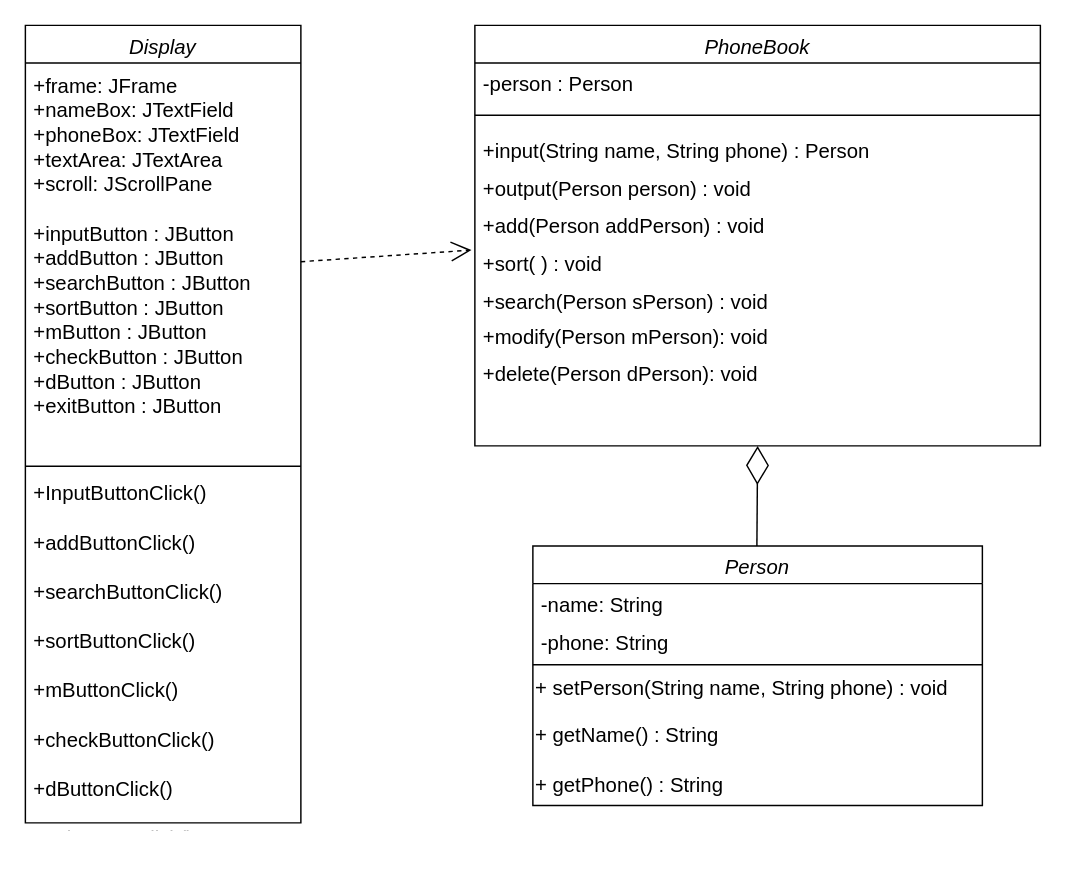
skatld123/PH_list_java keeps this draw.io diagram as 순서도/전화번호부 클래스다이어그램_java.drawio. Above is the earlier version. Source tidied: cells renumbered, new cells numbered last; positions are measured from the earlier drawing's top-left corner, leaving out a move shared by most shapes. Both pictures are drawn from the tidied source at 145%, with x=0, y=0 at pixel (25, 25).
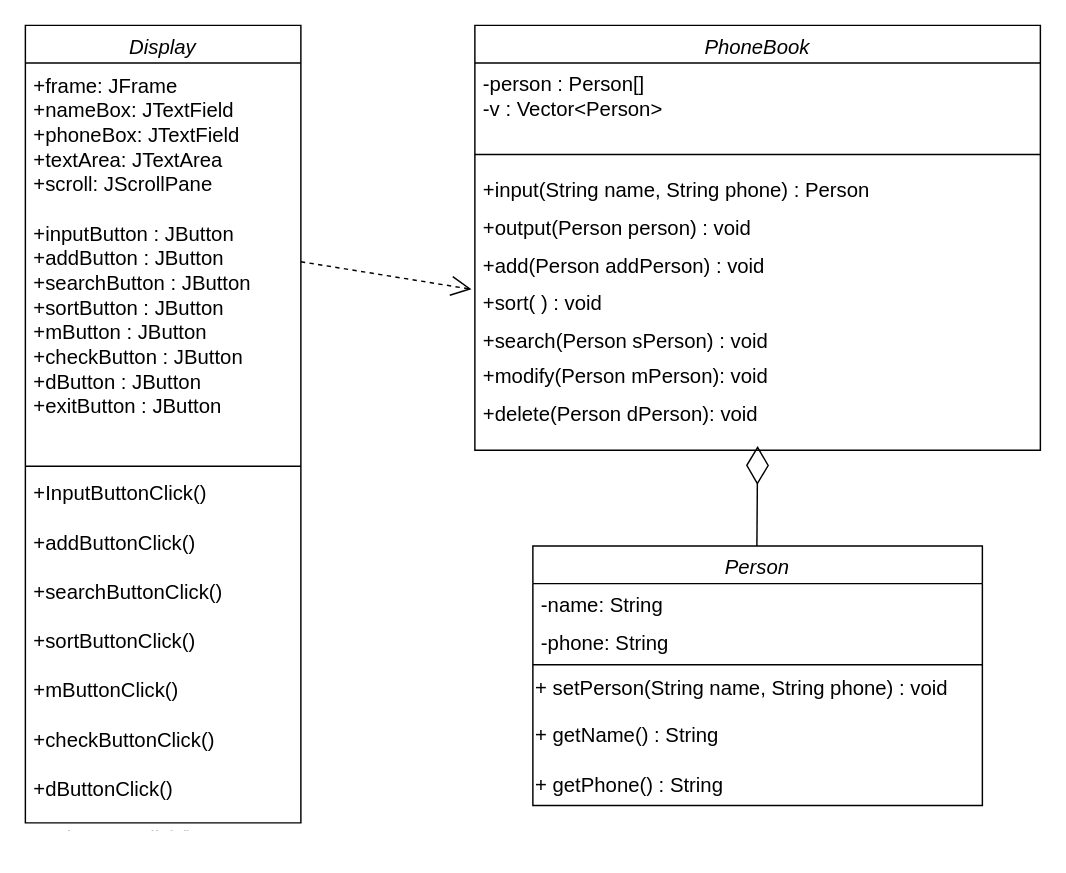
The same diagram, later.

Commit message:
전화번호부 클래스다이어그램_java.drawio 업데이트

Diff of the diagram source:
```diff
@@
     <mxCell id="2" value="PhoneBook" style="swimlane;fontStyle=2;align=center;verticalAlign=top;horizontal=1;startSize=26;rounded=0;shadow=0;strokeWidth=1;fontSize=14;" parent="1" vertex="1">
-      <mxGeometry x="310" width="390" height="290" as="geometry" />
+      <mxGeometry x="310" width="390" height="293" as="geometry" />
     </mxCell>
-    <mxCell id="3" value="-person : Person" style="text;align=left;verticalAlign=top;spacingLeft=4;spacingRight=4;overflow=hidden;fontSize=14;" parent="2" vertex="1">
-      <mxGeometry y="26" width="390" height="26" as="geometry" />
+    <mxCell id="3" value="-person : Person[]&#10;-v : Vector&lt;Person&gt;" style="text;align=left;verticalAlign=top;spacingLeft=4;spacingRight=4;overflow=hidden;fontSize=14;" parent="2" vertex="1">
+      <mxGeometry y="26" width="390" height="53" as="geometry" />
     </mxCell>
     <mxCell id="4" style="line;html=1;strokeWidth=1;align=left;verticalAlign=middle;spacingTop=-1;spacingLeft=3;spacingRight=3;labelPosition=right;fontSize=14;" parent="2" vertex="1">
-      <mxGeometry y="52" width="390" height="20" as="geometry" />
+      <mxGeometry y="79" width="390" height="20" as="geometry" />
     </mxCell>
     <mxCell id="5" value="+input(String name, String phone) : Person" style="text;strokeColor=none;fillColor=none;align=left;verticalAlign=top;spacingLeft=4;spacingRight=4;overflow=hidden;fontSize=14;" parent="2" vertex="1">
-      <mxGeometry y="72" width="390" height="26" as="geometry" />
+      <mxGeometry y="99" width="390" height="26" as="geometry" />
     </mxCell>
     <mxCell id="6" value="+output(Person person) : void " style="text;strokeColor=none;fillColor=none;align=left;verticalAlign=top;spacingLeft=4;spacingRight=4;overflow=hidden;fontSize=14;" parent="2" vertex="1">
-      <mxGeometry y="98" width="390" height="26" as="geometry" />
+      <mxGeometry y="125" width="390" height="26" as="geometry" />
     </mxCell>
     <mxCell id="7" value="+add(Person addPerson) : void" style="text;strokeColor=none;fillColor=none;align=left;verticalAlign=top;spacingLeft=4;spacingRight=4;overflow=hidden;fontSize=14;" parent="2" vertex="1">
-      <mxGeometry y="124" width="390" height="26" as="geometry" />
+      <mxGeometry y="151" width="390" height="26" as="geometry" />
     </mxCell>
     <mxCell id="8" value="+sort( ) : void" style="text;strokeColor=none;fillColor=none;align=left;verticalAlign=top;spacingLeft=4;spacingRight=4;overflow=hidden;points=[[0,0.5],[1,0.5]];portConstraint=eastwest;fontSize=14;" parent="2" vertex="1">
-      <mxGeometry y="150" width="390" height="26" as="geometry" />
+      <mxGeometry y="177" width="390" height="26" as="geometry" />
     </mxCell>
     <mxCell id="9" value="+search(Person sPerson) : void" style="text;strokeColor=none;fillColor=none;align=left;verticalAlign=top;spacingLeft=4;spacingRight=4;overflow=hidden;fontSize=14;" parent="2" vertex="1">
-      <mxGeometry y="176" width="390" height="24" as="geometry" />
+      <mxGeometry y="203" width="390" height="24" as="geometry" />
     </mxCell>
     <mxCell id="10" value="+modify(Person mPerson): void" style="text;strokeColor=none;fillColor=none;align=left;verticalAlign=top;spacingLeft=4;spacingRight=4;overflow=hidden;fontSize=14;" parent="2" vertex="1">
-      <mxGeometry y="200" width="390" height="26" as="geometry" />
+      <mxGeometry y="227" width="390" height="26" as="geometry" />
     </mxCell>
     <mxCell id="11" value="+delete(Person dPerson): void" style="text;strokeColor=none;fillColor=none;align=left;verticalAlign=top;spacingLeft=4;spacingRight=4;overflow=hidden;fontSize=14;" parent="2" vertex="1">
-      <mxGeometry y="226" width="390" height="26" as="geometry" />
+      <mxGeometry y="253" width="390" height="26" as="geometry" />
     </mxCell>
```
